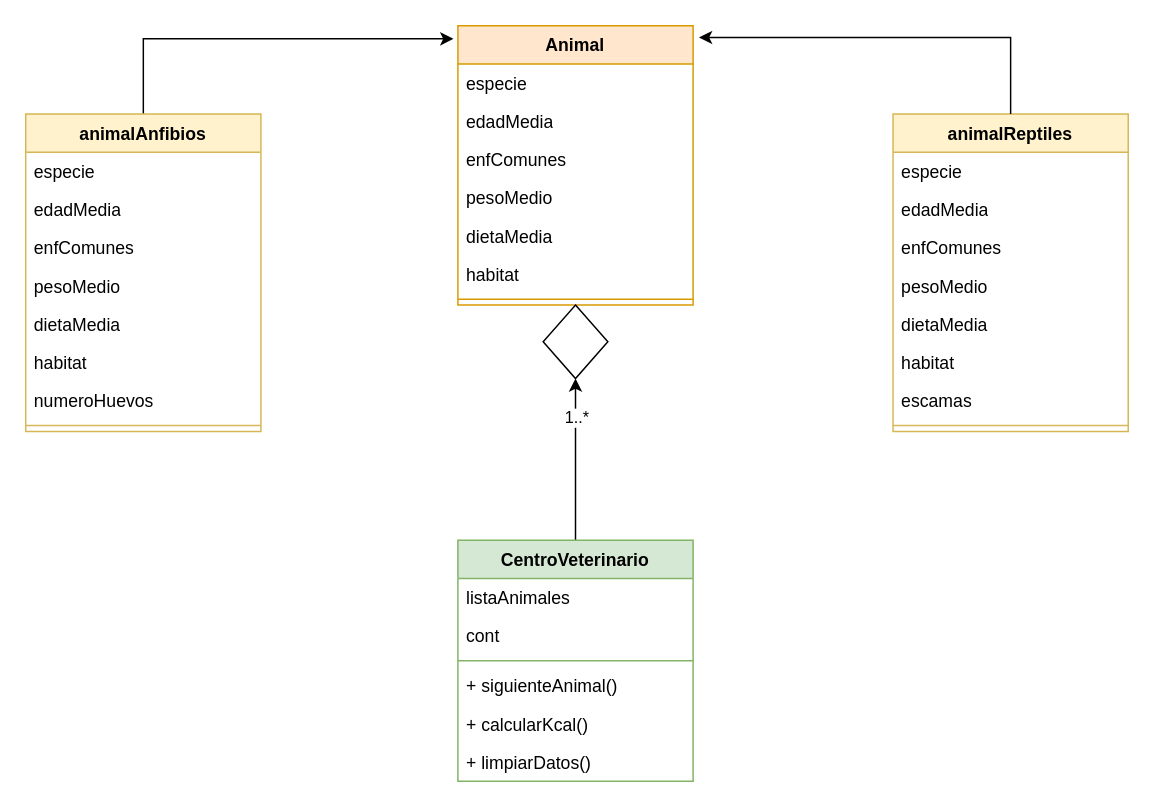
This is page "Diagrama de clases" (1 of 2) of Copia de CentroVeterinario.drawio from Rodrigo-0407/Centro-veterinario, a draw.io file, before an edit. Source tidied: cells renumbered, new cells numbered last; positions are measured from the earlier drawing's top-left corner, leaving out a move shared by most shapes. Both pictures are drawn from the tidied source at 147%, with x=0, y=0 at pixel (25, 25).
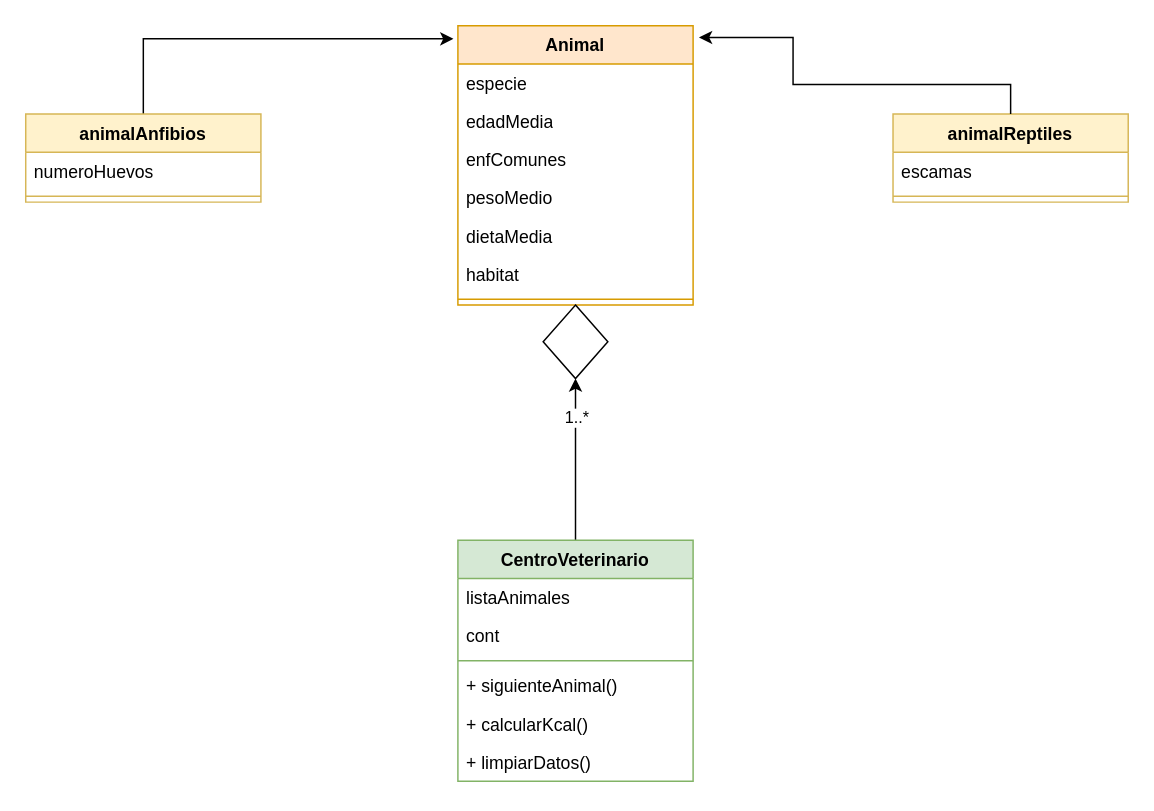
Above is the later version.

The edit, as a diff of the source:
```diff
@@
     <mxCell id="11" value="animalAnfibios" style="swimlane;fontStyle=1;align=center;verticalAlign=top;horizontal=1;startSize=26;whiteSpace=wrap;html=1;fillColor=#fff2cc;strokeColor=#d6b656;" parent="1" vertex="1">
-      <mxGeometry y="60" width="160" height="216" as="geometry" />
+      <mxGeometry y="60" width="160" height="60" as="geometry" />
     </mxCell>
-    <mxCell id="12" value="especie&lt;div&gt;&lt;br&gt;&lt;/div&gt;" style="text;strokeColor=none;fillColor=none;align=left;verticalAlign=top;spacingLeft=4;spacingRight=4;overflow=hidden;whiteSpace=wrap;html=1;" parent="11" vertex="1">
-      <mxGeometry y="26" width="160" height="26" as="geometry" />
-    </mxCell>
-    <mxCell id="13" value="edadMedia" style="text;strokeColor=none;fillColor=none;align=left;verticalAlign=top;spacingLeft=4;spacingRight=4;overflow=hidden;whiteSpace=wrap;html=1;" parent="11" vertex="1">
-      <mxGeometry y="52" width="160" height="26" as="geometry" />
-    </mxCell>
-    <mxCell id="14" value="enfComunes" style="text;strokeColor=none;fillColor=none;align=left;verticalAlign=top;spacingLeft=4;spacingRight=4;overflow=hidden;whiteSpace=wrap;html=1;" parent="11" vertex="1">
-      <mxGeometry y="78" width="160" height="26" as="geometry" />
-    </mxCell>
-    <mxCell id="15" value="pesoMedio" style="text;strokeColor=none;fillColor=none;align=left;verticalAlign=top;spacingLeft=4;spacingRight=4;overflow=hidden;whiteSpace=wrap;html=1;" parent="11" vertex="1">
-      <mxGeometry y="104" width="160" height="26" as="geometry" />
-    </mxCell>
-    <mxCell id="16" value="dietaMedia" style="text;strokeColor=none;fillColor=none;align=left;verticalAlign=top;spacingLeft=4;spacingRight=4;overflow=hidden;whiteSpace=wrap;html=1;" parent="11" vertex="1">
-      <mxGeometry y="130" width="160" height="26" as="geometry" />
-    </mxCell>
-    <mxCell id="17" value="habitat" style="text;strokeColor=none;fillColor=none;align=left;verticalAlign=top;spacingLeft=4;spacingRight=4;overflow=hidden;whiteSpace=wrap;html=1;" parent="11" vertex="1">
-      <mxGeometry y="156" width="160" height="26" as="geometry" />
-    </mxCell>
     <mxCell id="18" value="numeroHuevos" style="text;strokeColor=none;fillColor=none;align=left;verticalAlign=top;spacingLeft=4;spacingRight=4;overflow=hidden;whiteSpace=wrap;html=1;" parent="11" vertex="1">
-      <mxGeometry y="182" width="160" height="26" as="geometry" />
+      <mxGeometry y="26" width="160" height="26" as="geometry" />
     </mxCell>
     <mxCell id="19" style="line;strokeWidth=1;fillColor=none;align=left;verticalAlign=middle;spacingTop=-1;spacingLeft=3;spacingRight=3;labelPosition=right;strokeColor=inherit;" parent="11" vertex="1">
-      <mxGeometry y="208" width="160" height="8" as="geometry" />
+      <mxGeometry y="52" width="160" height="8" as="geometry" />
     </mxCell>
     <mxCell id="20" value="animalReptiles" style="swimlane;fontStyle=1;align=center;verticalAlign=top;horizontal=1;startSize=26;whiteSpace=wrap;html=1;fillColor=#fff2cc;strokeColor=#d6b656;" parent="1" vertex="1">
-      <mxGeometry x="590" y="60" width="160" height="216" as="geometry" />
+      <mxGeometry x="590" y="60" width="160" height="60" as="geometry" />
     </mxCell>
-    <mxCell id="21" value="especie&lt;div&gt;&lt;br&gt;&lt;/div&gt;" style="text;strokeColor=none;fillColor=none;align=left;verticalAlign=top;spacingLeft=4;spacingRight=4;overflow=hidden;whiteSpace=wrap;html=1;" parent="20" vertex="1">
-      <mxGeometry y="26" width="160" height="26" as="geometry" />
-    </mxCell>
-    <mxCell id="22" value="edadMedia" style="text;strokeColor=none;fillColor=none;align=left;verticalAlign=top;spacingLeft=4;spacingRight=4;overflow=hidden;whiteSpace=wrap;html=1;" parent="20" vertex="1">
-      <mxGeometry y="52" width="160" height="26" as="geometry" />
-    </mxCell>
-    <mxCell id="23" value="enfComunes" style="text;strokeColor=none;fillColor=none;align=left;verticalAlign=top;spacingLeft=4;spacingRight=4;overflow=hidden;whiteSpace=wrap;html=1;" parent="20" vertex="1">
-      <mxGeometry y="78" width="160" height="26" as="geometry" />
-    </mxCell>
-    <mxCell id="24" value="pesoMedio" style="text;strokeColor=none;fillColor=none;align=left;verticalAlign=top;spacingLeft=4;spacingRight=4;overflow=hidden;whiteSpace=wrap;html=1;" parent="20" vertex="1">
-      <mxGeometry y="104" width="160" height="26" as="geometry" />
-    </mxCell>
-    <mxCell id="25" value="dietaMedia" style="text;strokeColor=none;fillColor=none;align=left;verticalAlign=top;spacingLeft=4;spacingRight=4;overflow=hidden;whiteSpace=wrap;html=1;" parent="20" vertex="1">
-      <mxGeometry y="130" width="160" height="26" as="geometry" />
-    </mxCell>
-    <mxCell id="26" value="habitat" style="text;strokeColor=none;fillColor=none;align=left;verticalAlign=top;spacingLeft=4;spacingRight=4;overflow=hidden;whiteSpace=wrap;html=1;" parent="20" vertex="1">
-      <mxGeometry y="156" width="160" height="26" as="geometry" />
-    </mxCell>
     <mxCell id="27" value="escamas" style="text;strokeColor=none;fillColor=none;align=left;verticalAlign=top;spacingLeft=4;spacingRight=4;overflow=hidden;whiteSpace=wrap;html=1;" parent="20" vertex="1">
-      <mxGeometry y="182" width="160" height="26" as="geometry" />
+      <mxGeometry y="26" width="160" height="26" as="geometry" />
     </mxCell>
     <mxCell id="28" style="line;strokeWidth=1;fillColor=none;align=left;verticalAlign=middle;spacingTop=-1;spacingLeft=3;spacingRight=3;labelPosition=right;strokeColor=inherit;" parent="20" vertex="1">
-      <mxGeometry y="208" width="160" height="8" as="geometry" />
+      <mxGeometry y="52" width="160" height="8" as="geometry" />
     </mxCell>
```
